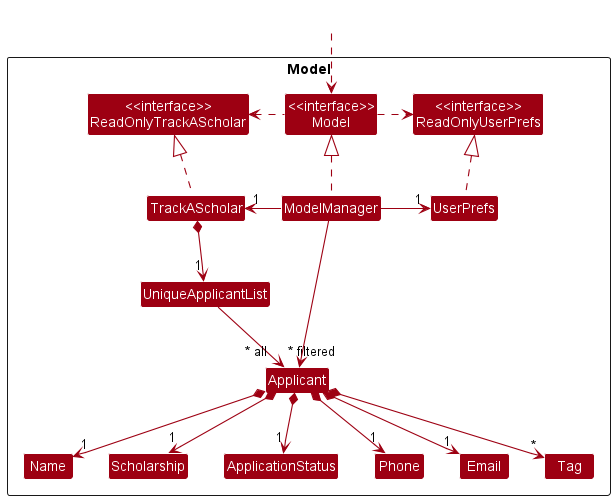
nus-cs2103-AY2223S1/tp keeps this PlantUML diagram as docs/images/ModelClassDiagram.png. Above is the earlier version.
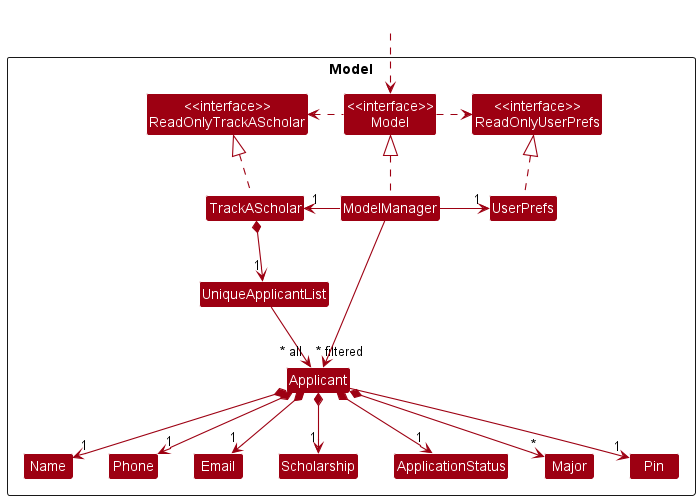
Above is the later version.

Change to the diagram source:
```diff
@@ -19,7 +19,8 @@
 Class Email
 Class Name
 Class Phone
-Class Tag
+Class Major
+Class Pin
 
 }
 
@@ -42,11 +43,12 @@
 Applicant *--> "1" Email
 Applicant *--> "1" Scholarship
 Applicant *--> "1" ApplicationStatus
-Applicant *--> "*" Tag
+Applicant *--> "*" Major
+Applicant --> "1" Pin
 
-Name -[hidden]right-> Scholarship
+Name -[hidden]right-> Phone
 Scholarship -[hidden]right-> ApplicationStatus
 Phone -[hidden]right-> Email
 
-ModelManager --> "~* all      " Applicant
+ModelManager --> "~* all    " Applicant
 @enduml
```
